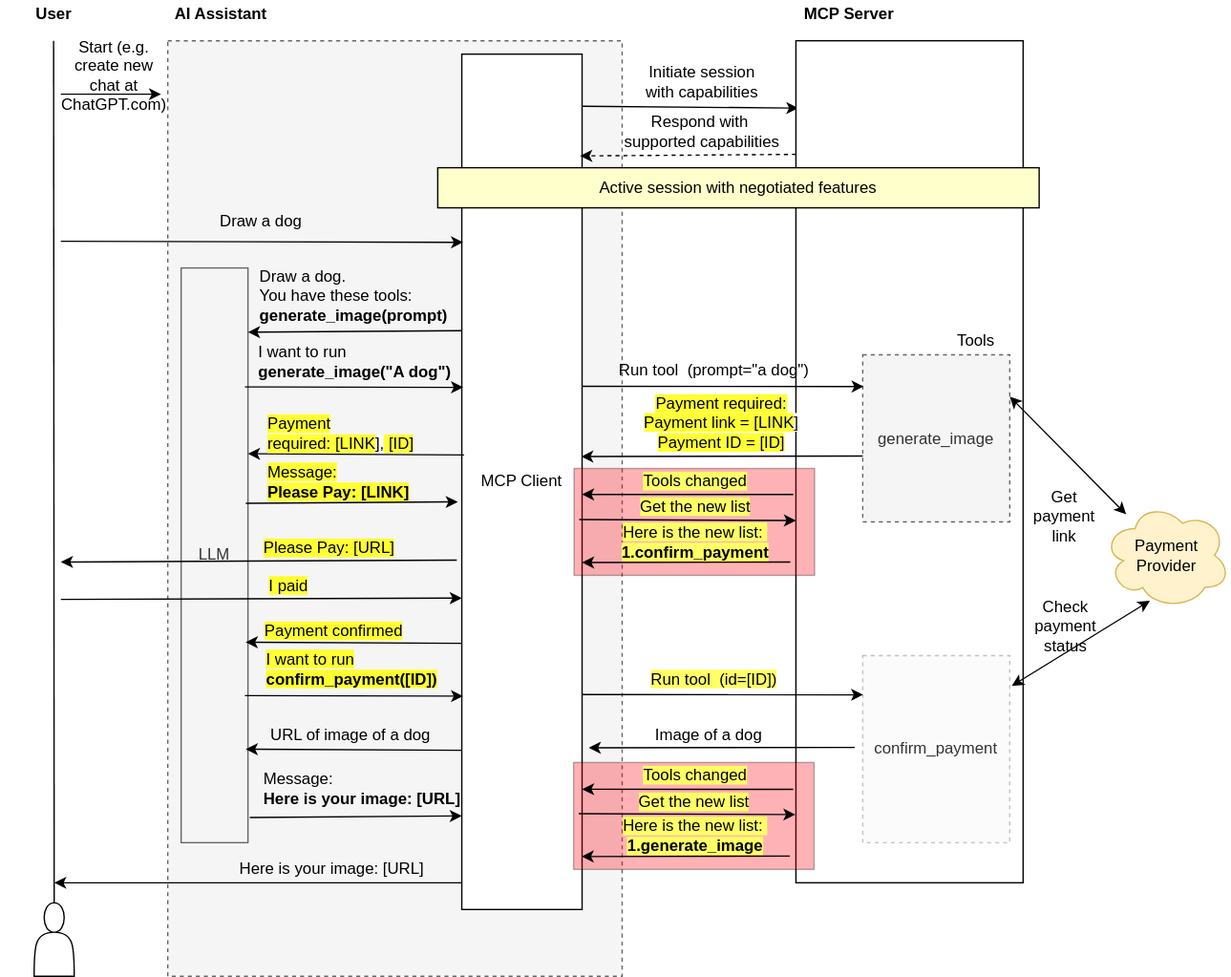
PayMCP/paymcp-docs keeps this draw.io diagram as static/diagrams/DYNAMIC_TOOLS.drawio.svg. Above is the earlier version. Source tidied: cells renumbered, new cells last; positions are measured from the earlier drawing's top-left corner, leaving out a move shared by most shapes.
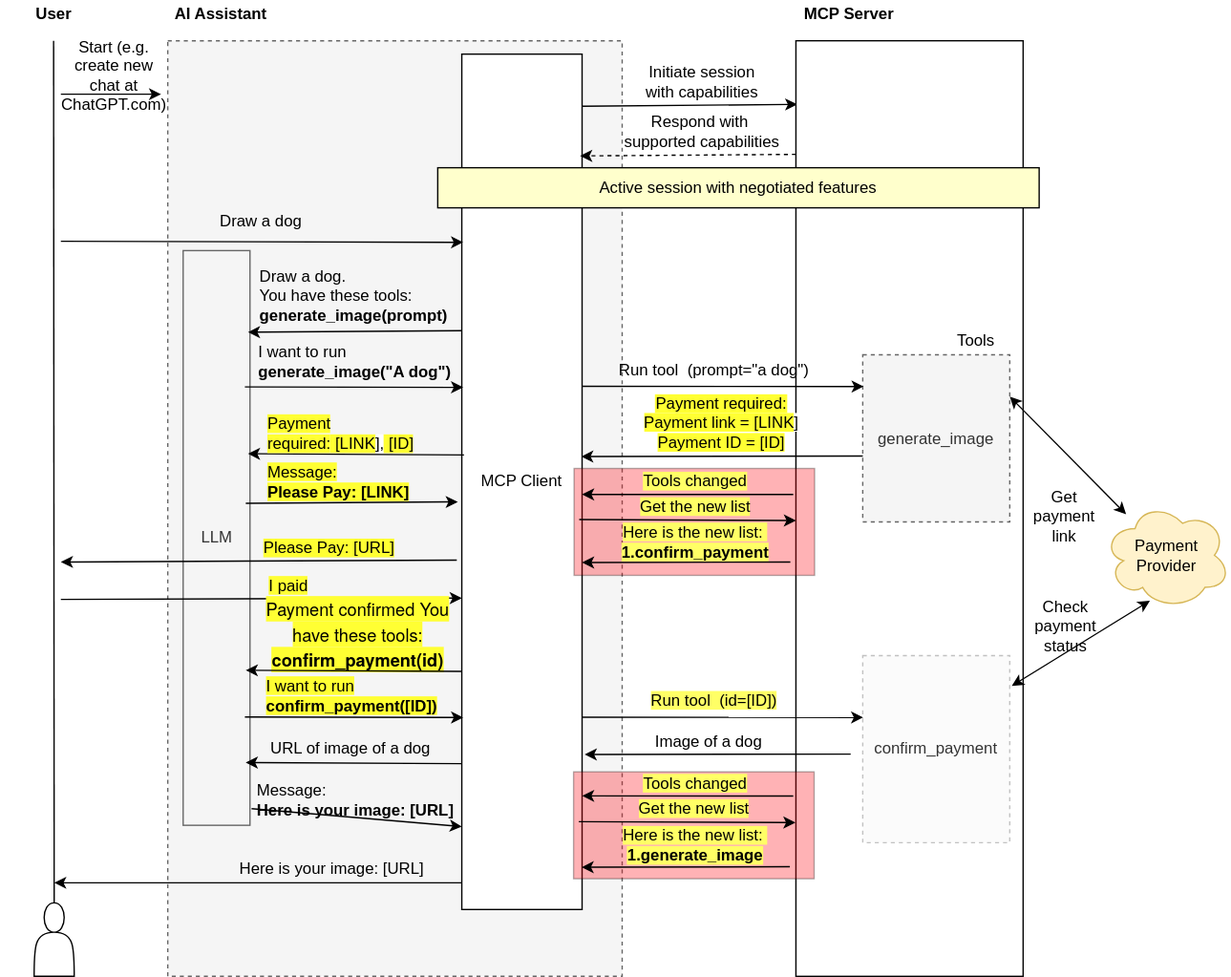
After the change.

What changed in the source:
```diff
@@ -9,9 +9,9 @@
       <mxGeometry x="345" y="40" width="90" height="640" as="geometry" />
     </mxCell>
     <mxCell id="4" value="LLM" style="rounded=0;whiteSpace=wrap;html=1;fillColor=#f5f5f5;strokeColor=#666666;fontColor=#333333;" parent="1" vertex="1">
-      <mxGeometry x="135" y="200" width="50" height="430" as="geometry" />
+      <mxGeometry x="136.5" y="187" width="50" height="430" as="geometry" />
     </mxCell>
-    <mxCell id="5" style="endArrow=classic;html=1;rounded=0;entryX=0.011;entryY=0.08;entryDx=0;entryDy=0;entryPerimeter=0;" parent="1" edge="1" target="9">
+    <mxCell id="5" style="endArrow=classic;html=1;rounded=0;entryX=0.006;entryY=0.068;entryDx=0;entryDy=0;entryPerimeter=0;" parent="1" edge="1" target="9">
       <mxGeometry relative="1" as="geometry">
         <mxPoint x="435" y="79" as="sourcePoint" />
       </mxGeometry>
@@ -26,7 +26,7 @@
       <mxGeometry x="191" y="260" width="150" height="20" as="geometry" />
     </mxCell>
     <mxCell id="9" style="rounded=0;whiteSpace=wrap;html=1;fillColor=#FFFFFF;strokeColor=#000000;" parent="1" vertex="1">
-      <mxGeometry x="595" y="30" width="170" height="630" as="geometry" />
+      <mxGeometry x="595" y="30" width="170" height="700" as="geometry" />
     </mxCell>
     <mxCell id="10" value="generate_image" style="rounded=0;whiteSpace=wrap;html=1;fillColor=#f5f5f5;fontColor=#333333;strokeColor=#666666;dashed=1;" parent="1" vertex="1">
       <mxGeometry x="645" y="265" width="110" height="125" as="geometry" />
@@ -92,7 +92,7 @@
       <mxGeometry x="470" y="292" width="139" height="47" as="geometry" />
     </mxCell>
     <mxCell id="26" value="URL of image of a dog" style="text;strokeColor=none;align=center;fillColor=none;html=1;verticalAlign=middle;whiteSpace=wrap;rounded=0;" parent="1" vertex="1">
-      <mxGeometry x="186.5" y="540" width="150" height="20" as="geometry" />
+      <mxGeometry x="186.5" y="550" width="150" height="20" as="geometry" />
     </mxCell>
     <mxCell id="27" style="endArrow=classic;html=1;rounded=0;exitX=0.011;exitY=0.779;exitDx=0;exitDy=0;exitPerimeter=0;entryX=0.987;entryY=0.796;entryDx=0;entryDy=0;entryPerimeter=0;" parent="1" edge="1">
       <mxGeometry relative="1" as="geometry">
@@ -150,56 +150,55 @@
     <mxCell id="39" value="&lt;span style=&quot;background-color: rgb(255, 255, 51);&quot;&gt;I paid&lt;/span&gt;" style="text;strokeColor=none;align=left;fillColor=none;html=1;verticalAlign=middle;whiteSpace=wrap;rounded=0;" parent="1" vertex="1">
       <mxGeometry x="199" y="428" width="150" height="20" as="geometry" />
     </mxCell>
-    <mxCell id="40" value="&lt;span style=&quot;background-color: rgb(255, 255, 51);&quot;&gt;Payment confirmed&lt;/span&gt;" style="text;strokeColor=none;align=center;fillColor=none;html=1;verticalAlign=middle;whiteSpace=wrap;rounded=0;" parent="1" vertex="1">
-      <mxGeometry x="180" y="448" width="139" height="47" as="geometry" />
+    <mxCell id="40" value="&lt;p style=&quot;margin: 0px; font-style: normal; font-variant-caps: normal; font-stretch: normal; font-size: 13px; line-height: normal; font-family: &amp;quot;Helvetica Neue&amp;quot;; font-size-adjust: none; font-kerning: auto; font-variant-alternates: normal; font-variant-ligatures: normal; font-variant-numeric: normal; font-variant-east-asian: normal; font-variant-position: normal; font-variant-emoji: normal; font-feature-settings: normal; font-optical-sizing: auto; font-variation-settings: normal;&quot;&gt;&lt;span style=&quot;background-color: rgb(255, 255, 51);&quot;&gt;Payment confirmed You have these tools: &lt;b&gt;confirm_payment(id)&lt;/b&gt;&lt;/span&gt;&lt;/p&gt;" style="text;strokeColor=none;align=center;fillColor=none;html=1;verticalAlign=middle;whiteSpace=wrap;rounded=0;" parent="1" vertex="1">
+      <mxGeometry x="197.5" y="450" width="139" height="47" as="geometry" />
     </mxCell>
     <mxCell id="41" value="&lt;span style=&quot;background-color: rgb(255, 255, 51);&quot;&gt;I want to run&lt;/span&gt;&lt;div&gt;&lt;b style=&quot;background-color: rgb(255, 255, 51);&quot;&gt;confirm_payment([ID])&lt;/b&gt;&amp;nbsp;&lt;/div&gt;" style="text;strokeColor=none;align=left;fillColor=none;html=1;verticalAlign=middle;whiteSpace=wrap;rounded=0;" parent="1" vertex="1">
-      <mxGeometry x="197" y="490" width="150" height="20" as="geometry" />
+      <mxGeometry x="197" y="510" width="150" height="20" as="geometry" />
     </mxCell>
     <mxCell id="42" style="endArrow=classic;html=1;rounded=0;exitX=0.011;exitY=0.779;exitDx=0;exitDy=0;exitPerimeter=0;entryX=0.987;entryY=0.796;entryDx=0;entryDy=0;entryPerimeter=0;" parent="1" edge="1">
       <mxGeometry relative="1" as="geometry">
-        <mxPoint x="345" y="480.9" as="sourcePoint" />
-        <mxPoint x="183.4" y="480" as="targetPoint" />
+        <mxPoint x="345" y="501.9" as="sourcePoint" />
+        <mxPoint x="183.4" y="501" as="targetPoint" />
       </mxGeometry>
     </mxCell>
     <mxCell id="43" style="endArrow=classic;html=1;rounded=0;exitX=0.954;exitY=0.581;exitDx=0;exitDy=0;entryX=0.011;entryY=0.517;entryDx=0;entryDy=0;entryPerimeter=0;exitPerimeter=0;" parent="1" edge="1">
       <mxGeometry relative="1" as="geometry">
-        <mxPoint x="182.7" y="520" as="sourcePoint" />
-        <mxPoint x="346" y="520.4" as="targetPoint" />
+        <mxPoint x="182.7" y="536" as="sourcePoint" />
+        <mxPoint x="346" y="536.4" as="targetPoint" />
       </mxGeometry>
     </mxCell>
     <mxCell id="44" style="endArrow=classic;html=1;rounded=0;entryX=0.006;entryY=0.208;entryDx=0;entryDy=0;exitX=1.004;exitY=0.495;exitDx=0;exitDy=0;entryPerimeter=0;exitPerimeter=0;" parent="1" edge="1">
       <mxGeometry relative="1" as="geometry">
-        <mxPoint x="435" y="519.2" as="sourcePoint" />
-        <mxPoint x="645.3" y="519.3" as="targetPoint" />
+        <mxPoint x="435" y="536.2" as="sourcePoint" />
+        <mxPoint x="645.3" y="536.3" as="targetPoint" />
       </mxGeometry>
     </mxCell>
     <mxCell id="45" value="&lt;span style=&quot;background-color: rgb(255, 255, 102);&quot;&gt;Run tool &amp;nbsp;(id=[ID])&lt;/span&gt;" style="text;strokeColor=none;align=center;fillColor=none;html=1;verticalAlign=middle;whiteSpace=wrap;rounded=0;" parent="1" vertex="1">
-      <mxGeometry x="458.6" y="497.6" width="150" height="20" as="geometry" />
+      <mxGeometry x="458.6" y="513.6" width="150" height="20" as="geometry" />
     </mxCell>
     <mxCell id="46" style="endArrow=classic;html=1;rounded=0;exitX=0;exitY=0.75;exitDx=0;exitDy=0;" parent="1" edge="1">
       <mxGeometry relative="1" as="geometry">
-        <mxPoint x="639" y="558.8" as="sourcePoint" />
-        <mxPoint x="440" y="559" as="targetPoint" />
+        <mxPoint x="636" y="563.8" as="sourcePoint" />
+        <mxPoint x="437" y="564" as="targetPoint" />
       </mxGeometry>
     </mxCell>
     <mxCell id="47" value="Image of a dog" style="text;strokeColor=none;align=center;fillColor=none;html=1;verticalAlign=middle;whiteSpace=wrap;rounded=0;" parent="1" vertex="1">
-      <mxGeometry x="455" y="540" width="150" height="20" as="geometry" />
+      <mxGeometry x="455" y="545" width="150" height="20" as="geometry" />
     </mxCell>
     <mxCell id="48" style="endArrow=classic;html=1;rounded=0;exitX=0.011;exitY=0.779;exitDx=0;exitDy=0;exitPerimeter=0;entryX=0.987;entryY=0.796;entryDx=0;entryDy=0;entryPerimeter=0;" parent="1" edge="1">
       <mxGeometry relative="1" as="geometry">
-        <mxPoint x="345" y="560.9" as="sourcePoint" />
-        <mxPoint x="183.4" y="560" as="targetPoint" />
+        <mxPoint x="345" y="570.9" as="sourcePoint" />
+        <mxPoint x="183.4" y="570" as="targetPoint" />
       </mxGeometry>
     </mxCell>
-    <mxCell id="49" style="endArrow=classic;html=1;rounded=0;exitX=1.02;exitY=0.931;exitDx=0;exitDy=0;exitPerimeter=0;entryX=-0.004;entryY=0.832;entryDx=0;entryDy=0;entryPerimeter=0;" parent="1" edge="1">
+    <mxCell id="49" style="endArrow=classic;html=1;rounded=0;exitX=1.024;exitY=0.971;exitDx=0;exitDy=0;exitPerimeter=0;entryX=-0.004;entryY=0.832;entryDx=0;entryDy=0;entryPerimeter=0;" parent="1" edge="1" source="4">
       <mxGeometry relative="1" as="geometry">
-        <mxPoint x="186.4" y="611.1" as="sourcePoint" />
-        <mxPoint x="345" y="610" as="targetPoint" />
+        <mxPoint x="345" y="618" as="targetPoint" />
       </mxGeometry>
     </mxCell>
     <mxCell id="50" value="Message:&lt;div&gt;&lt;b&gt;Here is your image: [URL]&lt;/b&gt;&lt;/div&gt;" style="text;strokeColor=none;align=left;fillColor=none;html=1;verticalAlign=middle;whiteSpace=wrap;rounded=0;" parent="1" vertex="1">
-      <mxGeometry x="195" y="580" width="150" height="20" as="geometry" />
+      <mxGeometry x="190" y="588" width="150" height="20" as="geometry" />
     </mxCell>
     <mxCell id="51" value="Here is your image: [URL]" style="text;strokeColor=none;align=left;fillColor=none;html=1;verticalAlign=middle;whiteSpace=wrap;rounded=0;" parent="1" vertex="1">
       <mxGeometry x="177" y="640" width="150" height="20" as="geometry" />
@@ -256,34 +255,34 @@
       </mxGeometry>
     </mxCell>
     <mxCell id="65" style="rounded=0;whiteSpace=wrap;html=1;fillColor=#FF000C;opacity=30;" parent="1" vertex="1">
-      <mxGeometry x="428.6" y="570" width="180" height="80" as="geometry" />
+      <mxGeometry x="428.6" y="577" width="180" height="80" as="geometry" />
     </mxCell>
     <mxCell id="66" value="&lt;span style=&quot;background-color: rgb(255, 255, 102);&quot;&gt;Tools changed&lt;/span&gt;" style="text;strokeColor=none;align=center;fillColor=none;html=1;verticalAlign=middle;whiteSpace=wrap;rounded=0;" parent="1" vertex="1">
-      <mxGeometry x="444.6" y="570" width="150" height="20" as="geometry" />
+      <mxGeometry x="444.6" y="576" width="150" height="20" as="geometry" />
     </mxCell>
     <mxCell id="67" value="&lt;span style=&quot;background-color: rgb(255, 255, 102);&quot;&gt;Here is the new list:&amp;nbsp;&lt;/span&gt;&lt;div&gt;&lt;span style=&quot;background-color: rgb(255, 255, 102);&quot;&gt;&lt;b&gt;1.generate_image&lt;/b&gt;&lt;/span&gt;&lt;/div&gt;" style="text;strokeColor=none;align=center;fillColor=none;html=1;verticalAlign=middle;whiteSpace=wrap;rounded=0;" parent="1" vertex="1">
-      <mxGeometry x="444.6" y="610" width="150" height="30" as="geometry" />
+      <mxGeometry x="444.6" y="617" width="150" height="30" as="geometry" />
     </mxCell>
     <mxCell id="68" style="endArrow=classic;html=1;rounded=0;entryX=0.993;entryY=0.59;entryDx=0;entryDy=0;entryPerimeter=0;" parent="1" edge="1">
       <mxGeometry relative="1" as="geometry">
-        <mxPoint x="590.4" y="640" as="sourcePoint" />
-        <mxPoint x="434.6" y="640.4" as="targetPoint" />
+        <mxPoint x="590.4" y="648" as="sourcePoint" />
+        <mxPoint x="434.6" y="648.4" as="targetPoint" />
       </mxGeometry>
     </mxCell>
     <mxCell id="69" style="endArrow=classic;html=1;rounded=0;entryX=0.009;entryY=0.655;entryDx=0;entryDy=0;entryPerimeter=0;exitX=0.993;exitY=0.628;exitDx=0;exitDy=0;exitPerimeter=0;" parent="1" edge="1">
       <mxGeometry relative="1" as="geometry">
-        <mxPoint x="432.5" y="608.3" as="sourcePoint" />
-        <mxPoint x="594.6" y="609" as="targetPoint" />
+        <mxPoint x="432.5" y="614.3" as="sourcePoint" />
+        <mxPoint x="594.6" y="615" as="targetPoint" />
       </mxGeometry>
     </mxCell>
     <mxCell id="70" style="endArrow=classic;html=1;rounded=0;entryX=0.993;entryY=0.535;entryDx=0;entryDy=0;entryPerimeter=0;" parent="1" edge="1">
       <mxGeometry relative="1" as="geometry">
-        <mxPoint x="593" y="590.1" as="sourcePoint" />
-        <mxPoint x="435" y="590" as="targetPoint" />
+        <mxPoint x="593" y="595.1" as="sourcePoint" />
+        <mxPoint x="435" y="595" as="targetPoint" />
       </mxGeometry>
     </mxCell>
     <mxCell id="71" value="&lt;span style=&quot;background-color: rgb(255, 255, 102);&quot;&gt;Get the new list&lt;/span&gt;" style="text;strokeColor=none;align=center;fillColor=none;html=1;verticalAlign=middle;whiteSpace=wrap;rounded=0;" parent="1" vertex="1">
-      <mxGeometry x="443.6" y="590" width="150" height="20" as="geometry" />
+      <mxGeometry x="443.6" y="595" width="150" height="20" as="geometry" />
     </mxCell>
   </root>
 </mxGraphModel>
```
